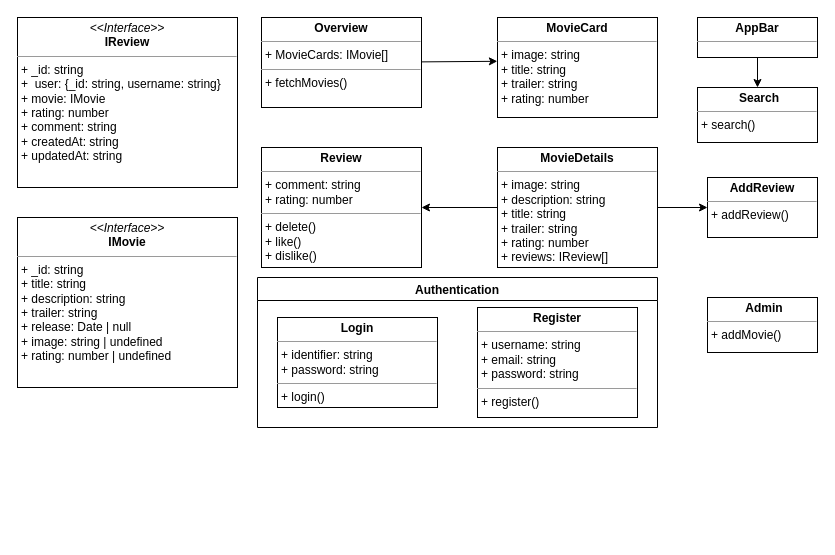
Above: sys-doc/client.drawio in cyberlytics/Filmilox (draw.io), before the change. Source tidied: cells renumbered, new cells numbered last; positions are measured from the earlier drawing's top-left corner, leaving out a move shared by most shapes. Both pictures are drawn from the tidied source at 100%, with x=0, y=0 at pixel (17, 17).
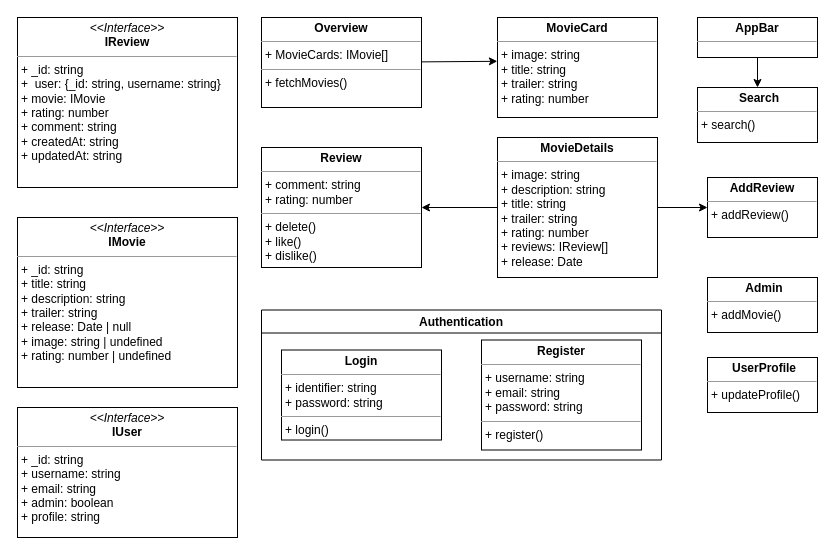
After the change.

Change to the diagram source:
```diff
@@
-    <mxCell id="7" value="&lt;p style=&quot;margin: 0px ; margin-top: 4px ; text-align: center&quot;&gt;&lt;b&gt;MovieDetails&lt;/b&gt;&lt;/p&gt;&lt;hr size=&quot;1&quot;&gt;&lt;p style=&quot;margin: 0px ; margin-left: 4px&quot;&gt;+ image: string&lt;/p&gt;&lt;p style=&quot;margin: 0px ; margin-left: 4px&quot;&gt;+ description: string&lt;/p&gt;&lt;p style=&quot;margin: 0px ; margin-left: 4px&quot;&gt;+ title: string&lt;/p&gt;&lt;p style=&quot;margin: 0px ; margin-left: 4px&quot;&gt;+ trailer: string&lt;/p&gt;&lt;p style=&quot;margin: 0px ; margin-left: 4px&quot;&gt;+ rating: number&lt;/p&gt;&lt;p style=&quot;margin: 0px ; margin-left: 4px&quot;&gt;+ reviews: IReview[]&lt;/p&gt;&lt;p style=&quot;margin: 0px ; margin-left: 4px&quot;&gt;&lt;br&gt;&lt;/p&gt;" style="verticalAlign=top;align=left;overflow=fill;fontSize=12;fontFamily=Helvetica;html=1;" parent="1" vertex="1">
-      <mxGeometry x="480" y="130" width="160" height="120" as="geometry" />
+    <mxCell id="7" value="&lt;p style=&quot;margin: 0px ; margin-top: 4px ; text-align: center&quot;&gt;&lt;b&gt;MovieDetails&lt;/b&gt;&lt;/p&gt;&lt;hr size=&quot;1&quot;&gt;&lt;p style=&quot;margin: 0px ; margin-left: 4px&quot;&gt;+ image: string&lt;/p&gt;&lt;p style=&quot;margin: 0px ; margin-left: 4px&quot;&gt;+ description: string&lt;/p&gt;&lt;p style=&quot;margin: 0px ; margin-left: 4px&quot;&gt;+ title: string&lt;/p&gt;&lt;p style=&quot;margin: 0px ; margin-left: 4px&quot;&gt;+ trailer: string&lt;/p&gt;&lt;p style=&quot;margin: 0px ; margin-left: 4px&quot;&gt;+ rating: number&lt;/p&gt;&lt;p style=&quot;margin: 0px ; margin-left: 4px&quot;&gt;+ reviews: IReview[]&lt;/p&gt;&lt;p style=&quot;margin: 0px ; margin-left: 4px&quot;&gt;+ release: Date&lt;/p&gt;&lt;p style=&quot;margin: 0px ; margin-left: 4px&quot;&gt;&lt;br&gt;&lt;/p&gt;&lt;p style=&quot;margin: 0px ; margin-left: 4px&quot;&gt;&lt;br&gt;&lt;/p&gt;" style="verticalAlign=top;align=left;overflow=fill;fontSize=12;fontFamily=Helvetica;html=1;" parent="1" vertex="1">
+      <mxGeometry x="480" y="120" width="160" height="140" as="geometry" />
     </mxCell>
@@
     <mxCell id="10" value="&lt;p style=&quot;margin: 0px ; margin-top: 4px ; text-align: center&quot;&gt;&lt;/p&gt;&lt;p style=&quot;text-align: center ; margin: 0px 0px 0px 4px&quot;&gt;&lt;b&gt;Admin&lt;/b&gt;&lt;/p&gt;&lt;hr size=&quot;1&quot;&gt;&lt;p style=&quot;margin: 0px ; margin-left: 4px&quot;&gt;+ addMovie()&lt;/p&gt;" style="verticalAlign=top;align=left;overflow=fill;fontSize=12;fontFamily=Helvetica;html=1;" parent="1" vertex="1">
-      <mxGeometry x="690" y="280" width="110" height="55" as="geometry" />
+      <mxGeometry x="690" y="260" width="110" height="55" as="geometry" />
     </mxCell>
@@
     <mxCell id="14" value="Authentication" style="swimlane;startSize=23;" parent="1" vertex="1">
-      <mxGeometry x="240" y="260" width="400" height="150" as="geometry" />
+      <mxGeometry x="244" y="292.5" width="400" height="150" as="geometry" />
     </mxCell>
@@
+    <mxCell id="19" value="&lt;p style=&quot;margin: 0px ; margin-top: 4px ; text-align: center&quot;&gt;&lt;/p&gt;&lt;p style=&quot;text-align: center ; margin: 0px 0px 0px 4px&quot;&gt;&lt;b&gt;UserProfile&lt;/b&gt;&lt;/p&gt;&lt;hr size=&quot;1&quot;&gt;&lt;p style=&quot;margin: 0px ; margin-left: 4px&quot;&gt;+ updateProfile()&lt;/p&gt;" style="verticalAlign=top;align=left;overflow=fill;fontSize=12;fontFamily=Helvetica;html=1;" parent="1" vertex="1">
+      <mxGeometry x="690" y="340" width="110" height="55" as="geometry" />
+    </mxCell>
+    <mxCell id="20" value="&lt;p style=&quot;margin: 0px ; margin-top: 4px ; text-align: center&quot;&gt;&lt;i&gt;&amp;lt;&amp;lt;Interface&amp;gt;&amp;gt;&lt;/i&gt;&lt;br&gt;&lt;b&gt;IUser&lt;/b&gt;&lt;/p&gt;&lt;hr size=&quot;1&quot;&gt;&lt;p style=&quot;margin: 0px ; margin-left: 4px&quot;&gt;+ _id: string&lt;br&gt;+ username: string&lt;/p&gt;&lt;p style=&quot;margin: 0px ; margin-left: 4px&quot;&gt;+ email: string&lt;/p&gt;&lt;p style=&quot;margin: 0px ; margin-left: 4px&quot;&gt;+ admin: boolean&lt;/p&gt;&lt;p style=&quot;margin: 0px ; margin-left: 4px&quot;&gt;+ profile: string&lt;/p&gt;&lt;p style=&quot;margin: 0px ; margin-left: 4px&quot;&gt;&lt;br&gt;&lt;/p&gt;" style="verticalAlign=top;align=left;overflow=fill;fontSize=12;fontFamily=Helvetica;html=1;" parent="1" vertex="1">
+      <mxGeometry y="390" width="220" height="130" as="geometry" />
+    </mxCell>
```
